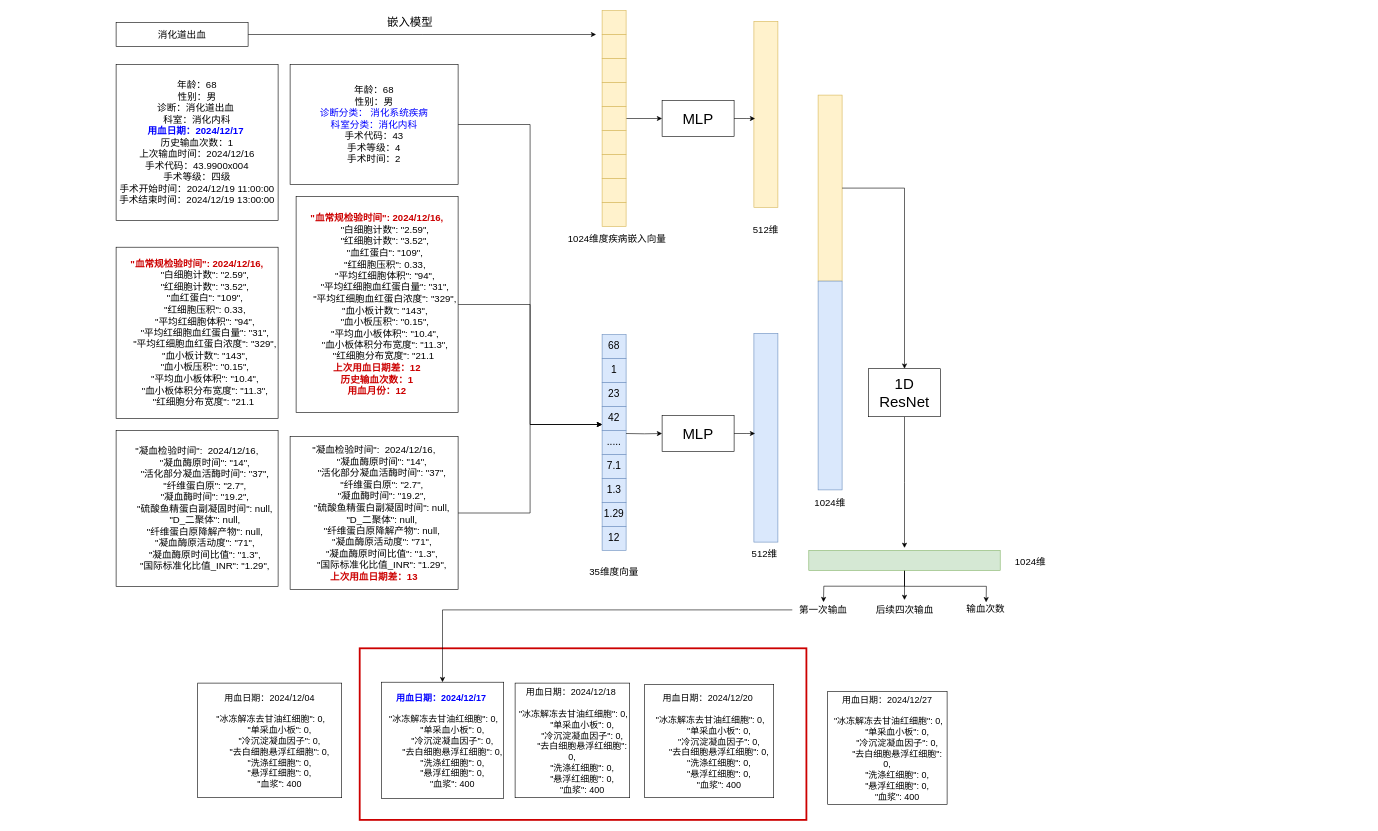
Above: 输血预测模型.drawio in SongyuanC/supermall (draw.io), before the change. Source tidied: cells renumbered, new cells numbered last; positions are measured from the earlier drawing's top-left corner, leaving out a move shared by most shapes. Both pictures are drawn from the tidied source at 60%, with x=0, y=0 at pixel (116, 10).
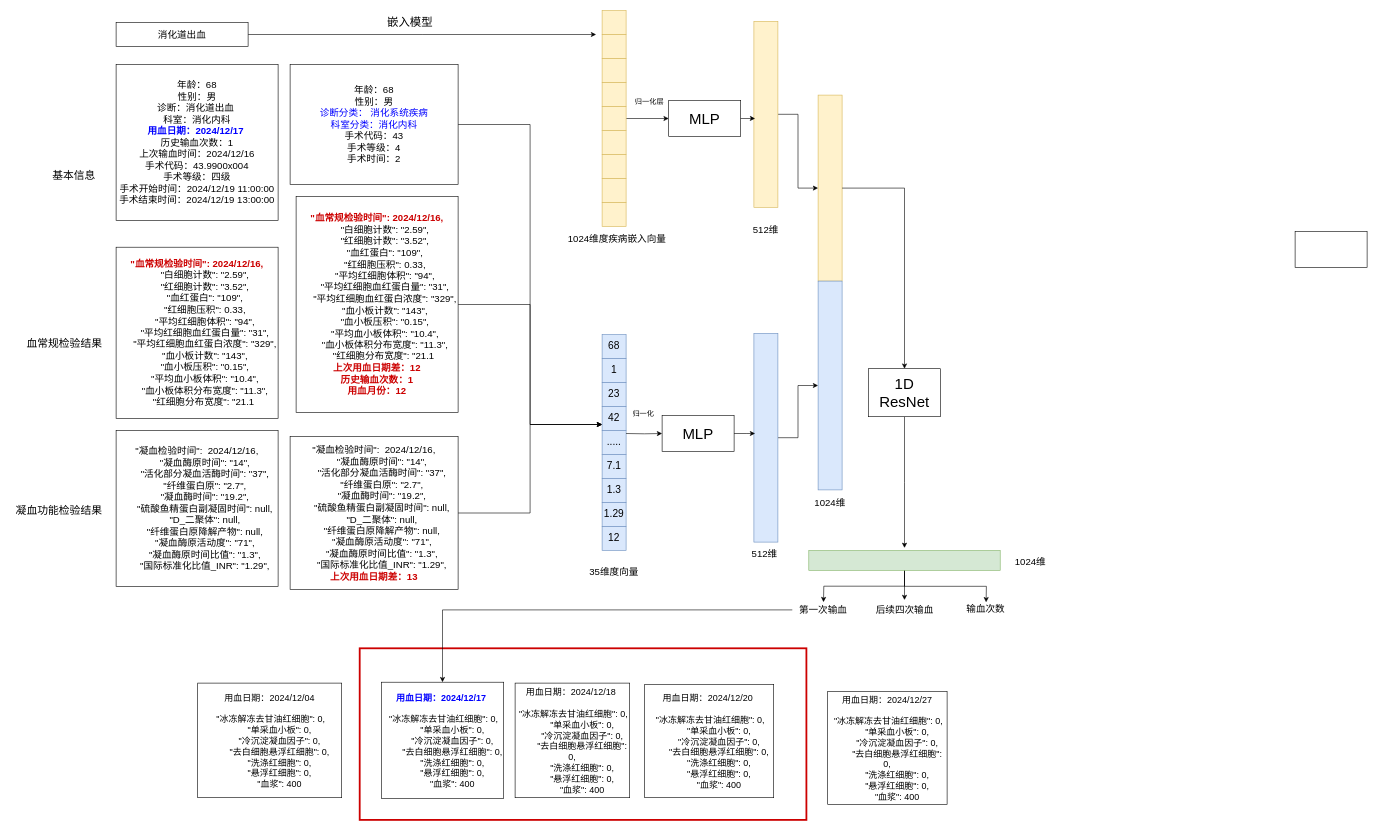
The same page after the edit.

Commit message:
更新输血预测模型.drawio

Unchanged cells that the change refers to:
```xml
<mxCell id="42" style="rounded=0;whiteSpace=wrap;html=1;fontSize=17;fillColor=#fff2cc;strokeColor=#d6b656;" parent="1" vertex="1">
  <mxGeometry x="1063" y="18" width="40" height="310" as="geometry" />
</mxCell>
<mxCell id="45" style="rounded=0;whiteSpace=wrap;html=1;fontSize=17;fillColor=#dae8fc;strokeColor=#6c8ebf;" parent="1" vertex="1">
  <mxGeometry x="1063" y="538" width="40" height="348" as="geometry" />
</mxCell>
<mxCell id="53" style="rounded=0;whiteSpace=wrap;html=1;fontSize=17;fillColor=#fff2cc;strokeColor=#d6b656;" parent="52" vertex="1">
  <mxGeometry width="40" height="310" as="geometry" />
</mxCell>
<mxCell id="54" style="rounded=0;whiteSpace=wrap;html=1;fontSize=17;fillColor=#dae8fc;strokeColor=#6c8ebf;" parent="52" vertex="1">
  <mxGeometry y="310" width="40" height="348" as="geometry" />
</mxCell>
```

The edit, as a diff of the source:
```diff
@@
     <mxCell id="41" value="&lt;span&gt;MLP&lt;/span&gt;" style="rounded=0;whiteSpace=wrap;html=1;fontSize=25;fontStyle=0;" parent="1" vertex="1">
-      <mxGeometry x="910" y="150" width="120" height="60" as="geometry" />
+      <mxGeometry x="921" y="150" width="120" height="60" as="geometry" />
     </mxCell>
+    <mxCell id="66" style="edgeStyle=orthogonalEdgeStyle;rounded=0;jettySize=auto;html=1;entryX=0;entryY=0.5;entryDx=0;entryDy=0;" parent="1" edge="1" source="42" target="53">
+      <mxGeometry relative="1" as="geometry" />
+    </mxCell>
@@
+    <mxCell id="67" style="edgeStyle=orthogonalEdgeStyle;rounded=0;jettySize=auto;html=1;" parent="1" edge="1" source="45" target="54">
+      <mxGeometry relative="1" as="geometry" />
+    </mxCell>
@@
+    <mxCell id="68" style="rounded=0;whiteSpace=wrap;html=1;" parent="1" vertex="1">
+      <mxGeometry x="1965" y="368" width="120" height="60" as="geometry" />
+    </mxCell>
+    <mxCell id="69" value="归一化" style="text;html=1;whiteSpace=wrap;strokeColor=none;fillColor=none;align=center;verticalAlign=middle;rounded=0;" parent="1" vertex="1">
+      <mxGeometry x="852" y="660" width="54" height="26" as="geometry" />
+    </mxCell>
+    <mxCell id="70" value="归一化层" style="text;html=1;whiteSpace=wrap;strokeColor=none;fillColor=none;align=center;verticalAlign=middle;rounded=0;" parent="1" vertex="1">
+      <mxGeometry x="856" y="139" width="66" height="26" as="geometry" />
+    </mxCell>
+    <mxCell id="71" value="基本信息" style="text;html=1;whiteSpace=wrap;strokeColor=none;fillColor=none;align=center;verticalAlign=middle;rounded=0;fontSize=18;fontColor=default;" parent="1" vertex="1">
+      <mxGeometry x="-115" y="259" width="90" height="34" as="geometry" />
+    </mxCell>
+    <mxCell id="72" value="血常规检验结果" style="text;html=1;whiteSpace=wrap;strokeColor=none;fillColor=none;align=center;verticalAlign=middle;rounded=0;fontSize=18;fontColor=default;" parent="1" vertex="1">
+      <mxGeometry x="-158" y="538" width="144" height="34" as="geometry" />
+    </mxCell>
+    <mxCell id="73" value="凝血功能检验结果" style="text;html=1;whiteSpace=wrap;strokeColor=none;fillColor=none;align=center;verticalAlign=middle;rounded=0;fontSize=18;fontColor=default;" parent="1" vertex="1">
+      <mxGeometry x="-176" y="817" width="162" height="34" as="geometry" />
+    </mxCell>
```
